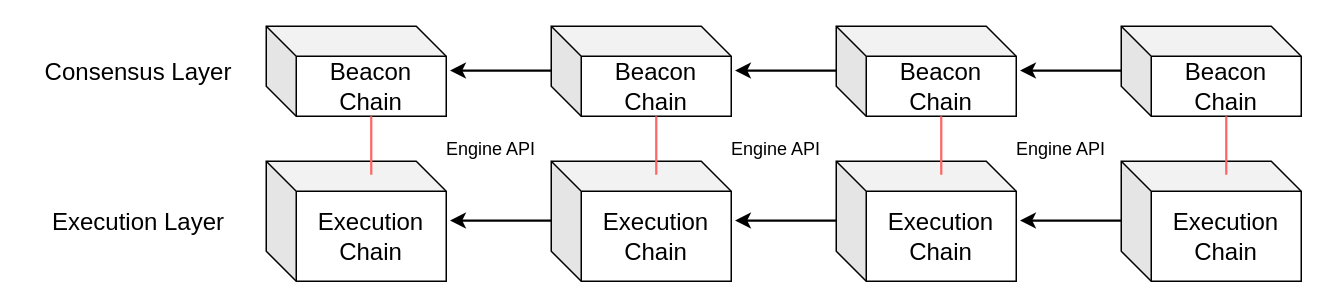
This is ethereum-research/consensus/(article)Beacon Chain & Execution Chain.drawio from 0xyicheng/a-research-diagram, a draw.io file, before an edit. Source tidied: cells renumbered, new cells numbered last; positions are measured from the earlier drawing's top-left corner, leaving out a move shared by most shapes. Both pictures are drawn from the tidied source at 150%, with x=0, y=0 at pixel (26, 26).
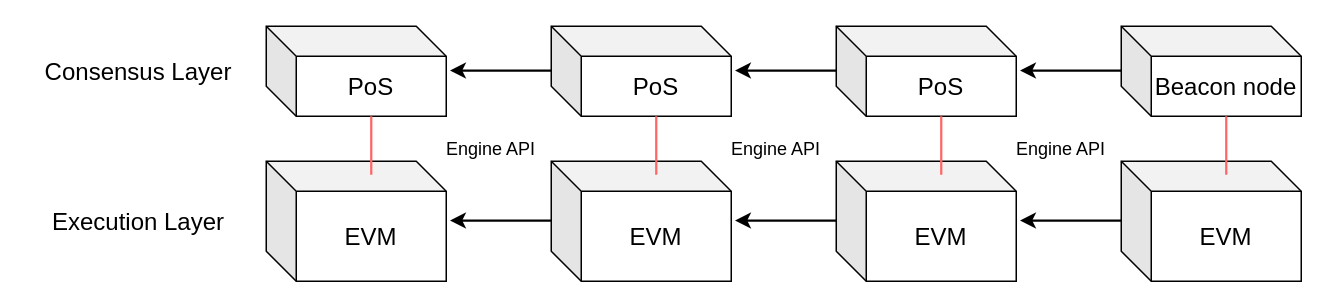
After the change.

The edit, as a diff of the source:
```diff
@@
-    <mxCell id="2" value="&lt;font style=&quot;font-size: 16px;&quot;&gt;Execution Chain&lt;/font&gt;" style="shape=cube;whiteSpace=wrap;html=1;boundedLbl=1;backgroundOutline=1;darkOpacity=0.05;darkOpacity2=0.1;" parent="1" vertex="1">
+    <mxCell id="2" value="&lt;font style=&quot;font-size: 16px&quot;&gt;EVM&lt;/font&gt;" style="shape=cube;whiteSpace=wrap;html=1;boundedLbl=1;backgroundOutline=1;darkOpacity=0.05;darkOpacity2=0.1;" parent="1" vertex="1">
       <mxGeometry x="160" y="90" width="120" height="80" as="geometry" />
     </mxCell>
-    <mxCell id="3" value="&lt;font style=&quot;font-size: 16px;&quot;&gt;Execution Chain&lt;/font&gt;" style="shape=cube;whiteSpace=wrap;html=1;boundedLbl=1;backgroundOutline=1;darkOpacity=0.05;darkOpacity2=0.1;" parent="1" vertex="1">
+    <mxCell id="3" value="&lt;span style=&quot;font-size: 16px&quot;&gt;EVM&lt;/span&gt;" style="shape=cube;whiteSpace=wrap;html=1;boundedLbl=1;backgroundOutline=1;darkOpacity=0.05;darkOpacity2=0.1;" parent="1" vertex="1">
       <mxGeometry x="350" y="90" width="120" height="80" as="geometry" />
     </mxCell>
-    <mxCell id="4" value="&lt;font style=&quot;font-size: 16px;&quot;&gt;Execution Chain&lt;/font&gt;" style="shape=cube;whiteSpace=wrap;html=1;boundedLbl=1;backgroundOutline=1;darkOpacity=0.05;darkOpacity2=0.1;" parent="1" vertex="1">
+    <mxCell id="4" value="&lt;span style=&quot;font-size: 16px&quot;&gt;EVM&lt;/span&gt;" style="shape=cube;whiteSpace=wrap;html=1;boundedLbl=1;backgroundOutline=1;darkOpacity=0.05;darkOpacity2=0.1;" parent="1" vertex="1">
       <mxGeometry x="540" y="90" width="120" height="80" as="geometry" />
     </mxCell>
-    <mxCell id="5" value="&lt;font style=&quot;font-size: 16px;&quot;&gt;Execution Chain&lt;/font&gt;" style="shape=cube;whiteSpace=wrap;html=1;boundedLbl=1;backgroundOutline=1;darkOpacity=0.05;darkOpacity2=0.1;" parent="1" vertex="1">
+    <mxCell id="5" value="&lt;span style=&quot;font-size: 16px&quot;&gt;EVM&lt;/span&gt;" style="shape=cube;whiteSpace=wrap;html=1;boundedLbl=1;backgroundOutline=1;darkOpacity=0.05;darkOpacity2=0.1;" parent="1" vertex="1">
       <mxGeometry x="730" y="90" width="120" height="80" as="geometry" />
     </mxCell>
-    <mxCell id="6" value="&lt;font style=&quot;font-size: 16px;&quot;&gt;Beacon Chain&lt;/font&gt;" style="shape=cube;whiteSpace=wrap;html=1;boundedLbl=1;backgroundOutline=1;darkOpacity=0.05;darkOpacity2=0.1;" parent="1" vertex="1">
+    <mxCell id="6" value="&lt;font style=&quot;font-size: 16px&quot;&gt;PoS&lt;/font&gt;" style="shape=cube;whiteSpace=wrap;html=1;boundedLbl=1;backgroundOutline=1;darkOpacity=0.05;darkOpacity2=0.1;" parent="1" vertex="1">
       <mxGeometry x="160" width="120" height="60" as="geometry" />
     </mxCell>
-    <mxCell id="7" value="&lt;font style=&quot;font-size: 16px;&quot;&gt;Beacon Chain&lt;/font&gt;" style="shape=cube;whiteSpace=wrap;html=1;boundedLbl=1;backgroundOutline=1;darkOpacity=0.05;darkOpacity2=0.1;" parent="1" vertex="1">
+    <mxCell id="7" value="&lt;span style=&quot;font-size: 16px&quot;&gt;PoS&lt;/span&gt;" style="shape=cube;whiteSpace=wrap;html=1;boundedLbl=1;backgroundOutline=1;darkOpacity=0.05;darkOpacity2=0.1;" parent="1" vertex="1">
       <mxGeometry x="350" width="120" height="60" as="geometry" />
     </mxCell>
-    <mxCell id="8" value="&lt;font style=&quot;font-size: 16px;&quot;&gt;Beacon Chain&lt;/font&gt;" style="shape=cube;whiteSpace=wrap;html=1;boundedLbl=1;backgroundOutline=1;darkOpacity=0.05;darkOpacity2=0.1;" parent="1" vertex="1">
+    <mxCell id="8" value="&lt;span style=&quot;font-size: 16px&quot;&gt;PoS&lt;/span&gt;" style="shape=cube;whiteSpace=wrap;html=1;boundedLbl=1;backgroundOutline=1;darkOpacity=0.05;darkOpacity2=0.1;" parent="1" vertex="1">
       <mxGeometry x="540" width="120" height="60" as="geometry" />
     </mxCell>
-    <mxCell id="9" value="&lt;font style=&quot;font-size: 16px;&quot;&gt;Beacon Chain&lt;/font&gt;" style="shape=cube;whiteSpace=wrap;html=1;boundedLbl=1;backgroundOutline=1;darkOpacity=0.05;darkOpacity2=0.1;" parent="1" vertex="1">
+    <mxCell id="9" value="&lt;span style=&quot;font-size: 16px&quot;&gt;Beacon node&lt;/span&gt;" style="shape=cube;whiteSpace=wrap;html=1;boundedLbl=1;backgroundOutline=1;darkOpacity=0.05;darkOpacity2=0.1;" parent="1" vertex="1">
       <mxGeometry x="730" width="120" height="60" as="geometry" />
     </mxCell>
```
